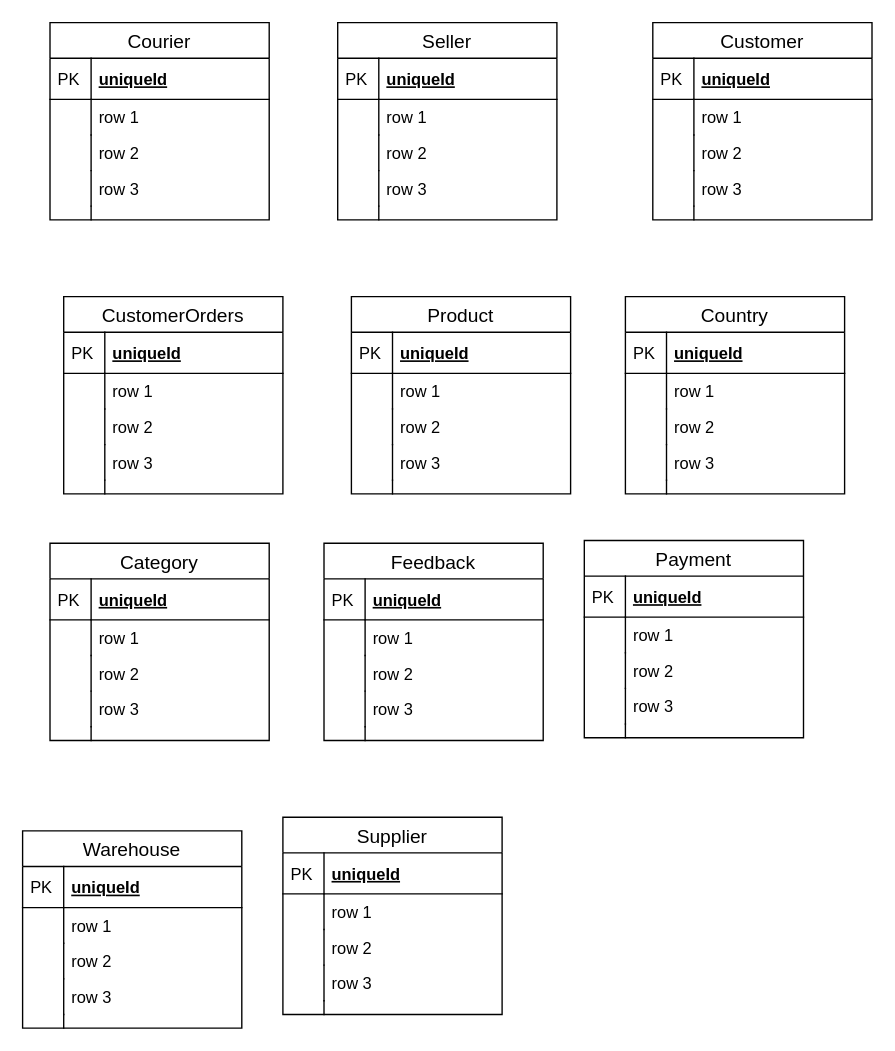
This is FDMDistinctionTask.drawio from LastMinuteBanter/DistinctionTaskUML, a draw.io file, before an edit. Source tidied: cells renumbered, new cells numbered last; positions are measured from the earlier drawing's top-left corner, leaving out a move shared by most shapes. Both pictures are drawn from the tidied source at 137%, with x=0, y=0 at pixel (22, 22).
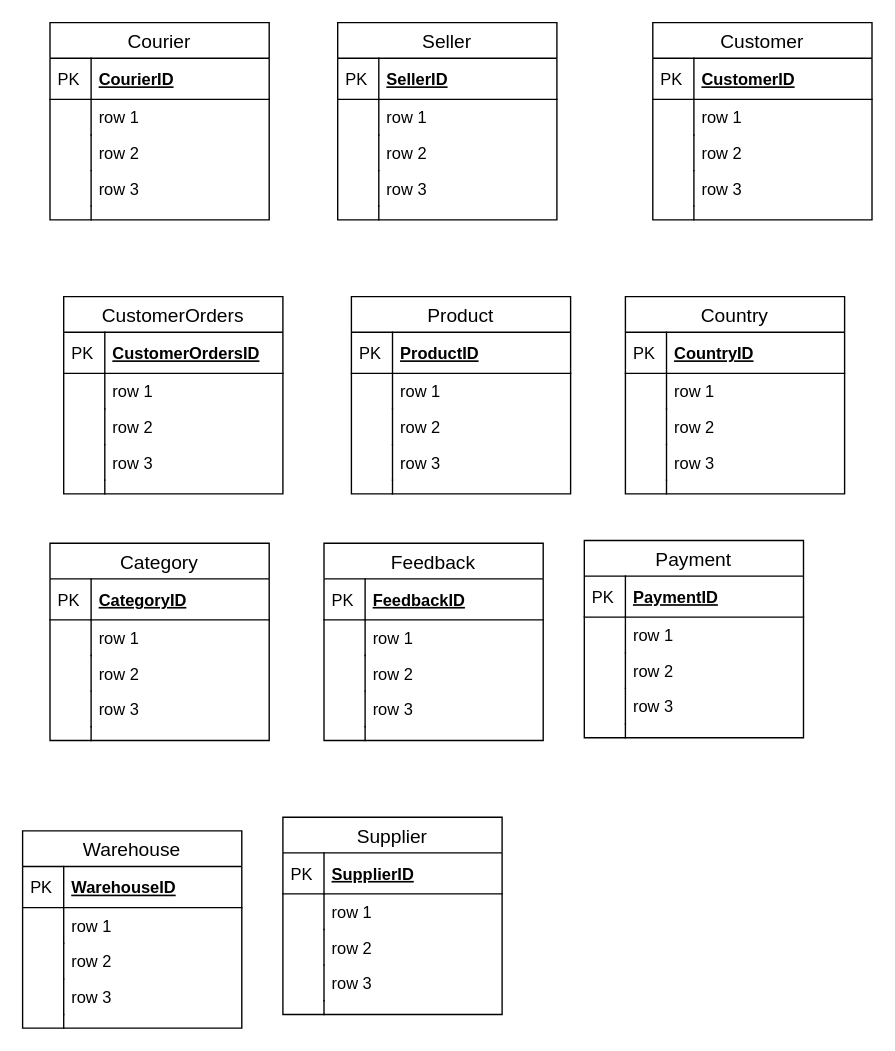
The same page after the edit.

Unchanged cells that the change refers to:
```xml
<mxCell id="2" value="Courier" style="swimlane;fontStyle=0;horizontal=1;startSize=26;align=center;fontSize=14;" parent="1" vertex="1">
  <mxGeometry x="20" width="160" height="144" as="geometry" />
</mxCell>
<mxCell id="13" value="Seller" style="swimlane;fontStyle=0;horizontal=1;startSize=26;align=center;fontSize=14;" parent="1" vertex="1">
  <mxGeometry x="230" width="160" height="144" as="geometry" />
</mxCell>
<mxCell id="24" value="Customer" style="swimlane;fontStyle=0;horizontal=1;startSize=26;align=center;fontSize=14;" parent="1" vertex="1">
  <mxGeometry x="460" width="160" height="144" as="geometry" />
</mxCell>
<mxCell id="35" value="CustomerOrders" style="swimlane;fontStyle=0;horizontal=1;startSize=26;align=center;fontSize=14;" parent="1" vertex="1">
  <mxGeometry x="30" y="200" width="160" height="144" as="geometry" />
</mxCell>
<mxCell id="46" value="Product" style="swimlane;fontStyle=0;horizontal=1;startSize=26;align=center;fontSize=14;" parent="1" vertex="1">
  <mxGeometry x="240" y="200" width="160" height="144" as="geometry" />
</mxCell>
<mxCell id="57" value="Country" style="swimlane;fontStyle=0;horizontal=1;startSize=26;align=center;fontSize=14;" parent="1" vertex="1">
  <mxGeometry x="440" y="200" width="160" height="144" as="geometry" />
</mxCell>
<mxCell id="68" value="Category" style="swimlane;fontStyle=0;horizontal=1;startSize=26;align=center;fontSize=14;" parent="1" vertex="1">
  <mxGeometry x="20" y="380" width="160" height="144" as="geometry" />
</mxCell>
<mxCell id="79" value="Feedback" style="swimlane;fontStyle=0;horizontal=1;startSize=26;align=center;fontSize=14;" parent="1" vertex="1">
  <mxGeometry x="220" y="380" width="160" height="144" as="geometry" />
</mxCell>
<mxCell id="90" value="Payment" style="swimlane;fontStyle=0;horizontal=1;startSize=26;align=center;fontSize=14;" parent="1" vertex="1">
  <mxGeometry x="410" y="378" width="160" height="144" as="geometry" />
</mxCell>
<mxCell id="101" value="Warehouse" style="swimlane;fontStyle=0;horizontal=1;startSize=26;align=center;fontSize=14;" parent="1" vertex="1">
  <mxGeometry y="590" width="160" height="144" as="geometry" />
</mxCell>
<mxCell id="112" value="Supplier" style="swimlane;fontStyle=0;horizontal=1;startSize=26;align=center;fontSize=14;" parent="1" vertex="1">
  <mxGeometry x="190" y="580" width="160" height="144" as="geometry" />
</mxCell>
```

Diff of the diagram source:
```diff
@@
-    <mxCell id="3" value="uniqueId" style="shape=partialRectangle;top=0;left=0;right=0;bottom=1;align=left;verticalAlign=middle;fillColor=none;spacingLeft=34;spacingRight=4;overflow=hidden;fontStyle=5;fontSize=12;" parent="2" vertex="1">
+    <mxCell id="3" value="CourierID" style="shape=partialRectangle;top=0;left=0;right=0;bottom=1;align=left;verticalAlign=middle;fillColor=none;spacingLeft=34;spacingRight=4;overflow=hidden;fontStyle=5;fontSize=12;" parent="2" vertex="1">
       <mxGeometry y="26" width="160" height="30" as="geometry" />
     </mxCell>
@@
-    <mxCell id="14" value="uniqueId" style="shape=partialRectangle;top=0;left=0;right=0;bottom=1;align=left;verticalAlign=middle;fillColor=none;spacingLeft=34;spacingRight=4;overflow=hidden;fontStyle=5;fontSize=12;" parent="13" vertex="1">
+    <mxCell id="14" value="SellerID" style="shape=partialRectangle;top=0;left=0;right=0;bottom=1;align=left;verticalAlign=middle;fillColor=none;spacingLeft=34;spacingRight=4;overflow=hidden;fontStyle=5;fontSize=12;" parent="13" vertex="1">
       <mxGeometry y="26" width="160" height="30" as="geometry" />
     </mxCell>
@@
-    <mxCell id="25" value="uniqueId" style="shape=partialRectangle;top=0;left=0;right=0;bottom=1;align=left;verticalAlign=middle;fillColor=none;spacingLeft=34;spacingRight=4;overflow=hidden;fontStyle=5;fontSize=12;" parent="24" vertex="1">
+    <mxCell id="25" value="CustomerID" style="shape=partialRectangle;top=0;left=0;right=0;bottom=1;align=left;verticalAlign=middle;fillColor=none;spacingLeft=34;spacingRight=4;overflow=hidden;fontStyle=5;fontSize=12;" parent="24" vertex="1">
       <mxGeometry y="26" width="160" height="30" as="geometry" />
     </mxCell>
@@
-    <mxCell id="36" value="uniqueId" style="shape=partialRectangle;top=0;left=0;right=0;bottom=1;align=left;verticalAlign=middle;fillColor=none;spacingLeft=34;spacingRight=4;overflow=hidden;fontStyle=5;fontSize=12;" parent="35" vertex="1">
+    <mxCell id="36" value="CustomerOrdersID" style="shape=partialRectangle;top=0;left=0;right=0;bottom=1;align=left;verticalAlign=middle;fillColor=none;spacingLeft=34;spacingRight=4;overflow=hidden;fontStyle=5;fontSize=12;" parent="35" vertex="1">
       <mxGeometry y="26" width="160" height="30" as="geometry" />
     </mxCell>
@@
-    <mxCell id="47" value="uniqueId" style="shape=partialRectangle;top=0;left=0;right=0;bottom=1;align=left;verticalAlign=middle;fillColor=none;spacingLeft=34;spacingRight=4;overflow=hidden;fontStyle=5;fontSize=12;" parent="46" vertex="1">
+    <mxCell id="47" value="ProductID" style="shape=partialRectangle;top=0;left=0;right=0;bottom=1;align=left;verticalAlign=middle;fillColor=none;spacingLeft=34;spacingRight=4;overflow=hidden;fontStyle=5;fontSize=12;" parent="46" vertex="1">
       <mxGeometry y="26" width="160" height="30" as="geometry" />
     </mxCell>
@@
-    <mxCell id="58" value="uniqueId" style="shape=partialRectangle;top=0;left=0;right=0;bottom=1;align=left;verticalAlign=middle;fillColor=none;spacingLeft=34;spacingRight=4;overflow=hidden;fontStyle=5;fontSize=12;" parent="57" vertex="1">
+    <mxCell id="58" value="CountryID" style="shape=partialRectangle;top=0;left=0;right=0;bottom=1;align=left;verticalAlign=middle;fillColor=none;spacingLeft=34;spacingRight=4;overflow=hidden;fontStyle=5;fontSize=12;" parent="57" vertex="1">
       <mxGeometry y="26" width="160" height="30" as="geometry" />
     </mxCell>
@@
-    <mxCell id="69" value="uniqueId" style="shape=partialRectangle;top=0;left=0;right=0;bottom=1;align=left;verticalAlign=middle;fillColor=none;spacingLeft=34;spacingRight=4;overflow=hidden;fontStyle=5;fontSize=12;" parent="68" vertex="1">
+    <mxCell id="69" value="CategoryID" style="shape=partialRectangle;top=0;left=0;right=0;bottom=1;align=left;verticalAlign=middle;fillColor=none;spacingLeft=34;spacingRight=4;overflow=hidden;fontStyle=5;fontSize=12;" parent="68" vertex="1">
       <mxGeometry y="26" width="160" height="30" as="geometry" />
     </mxCell>
@@
-    <mxCell id="80" value="uniqueId" style="shape=partialRectangle;top=0;left=0;right=0;bottom=1;align=left;verticalAlign=middle;fillColor=none;spacingLeft=34;spacingRight=4;overflow=hidden;fontStyle=5;fontSize=12;" parent="79" vertex="1">
+    <mxCell id="80" value="FeedbackID" style="shape=partialRectangle;top=0;left=0;right=0;bottom=1;align=left;verticalAlign=middle;fillColor=none;spacingLeft=34;spacingRight=4;overflow=hidden;fontStyle=5;fontSize=12;" parent="79" vertex="1">
       <mxGeometry y="26" width="160" height="30" as="geometry" />
     </mxCell>
@@
-    <mxCell id="91" value="uniqueId" style="shape=partialRectangle;top=0;left=0;right=0;bottom=1;align=left;verticalAlign=middle;fillColor=none;spacingLeft=34;spacingRight=4;overflow=hidden;fontStyle=5;fontSize=12;" parent="90" vertex="1">
+    <mxCell id="91" value="PaymentID" style="shape=partialRectangle;top=0;left=0;right=0;bottom=1;align=left;verticalAlign=middle;fillColor=none;spacingLeft=34;spacingRight=4;overflow=hidden;fontStyle=5;fontSize=12;" parent="90" vertex="1">
       <mxGeometry y="26" width="160" height="30" as="geometry" />
     </mxCell>
@@
-    <mxCell id="102" value="uniqueId" style="shape=partialRectangle;top=0;left=0;right=0;bottom=1;align=left;verticalAlign=middle;fillColor=none;spacingLeft=34;spacingRight=4;overflow=hidden;fontStyle=5;fontSize=12;" parent="101" vertex="1">
+    <mxCell id="102" value="WarehouseID" style="shape=partialRectangle;top=0;left=0;right=0;bottom=1;align=left;verticalAlign=middle;fillColor=none;spacingLeft=34;spacingRight=4;overflow=hidden;fontStyle=5;fontSize=12;" parent="101" vertex="1">
       <mxGeometry y="26" width="160" height="30" as="geometry" />
     </mxCell>
@@
-    <mxCell id="113" value="uniqueId" style="shape=partialRectangle;top=0;left=0;right=0;bottom=1;align=left;verticalAlign=middle;fillColor=none;spacingLeft=34;spacingRight=4;overflow=hidden;fontStyle=5;fontSize=12;" parent="112" vertex="1">
+    <mxCell id="113" value="SupplierID" style="shape=partialRectangle;top=0;left=0;right=0;bottom=1;align=left;verticalAlign=middle;fillColor=none;spacingLeft=34;spacingRight=4;overflow=hidden;fontStyle=5;fontSize=12;" parent="112" vertex="1">
       <mxGeometry y="26" width="160" height="30" as="geometry" />
     </mxCell>
```
